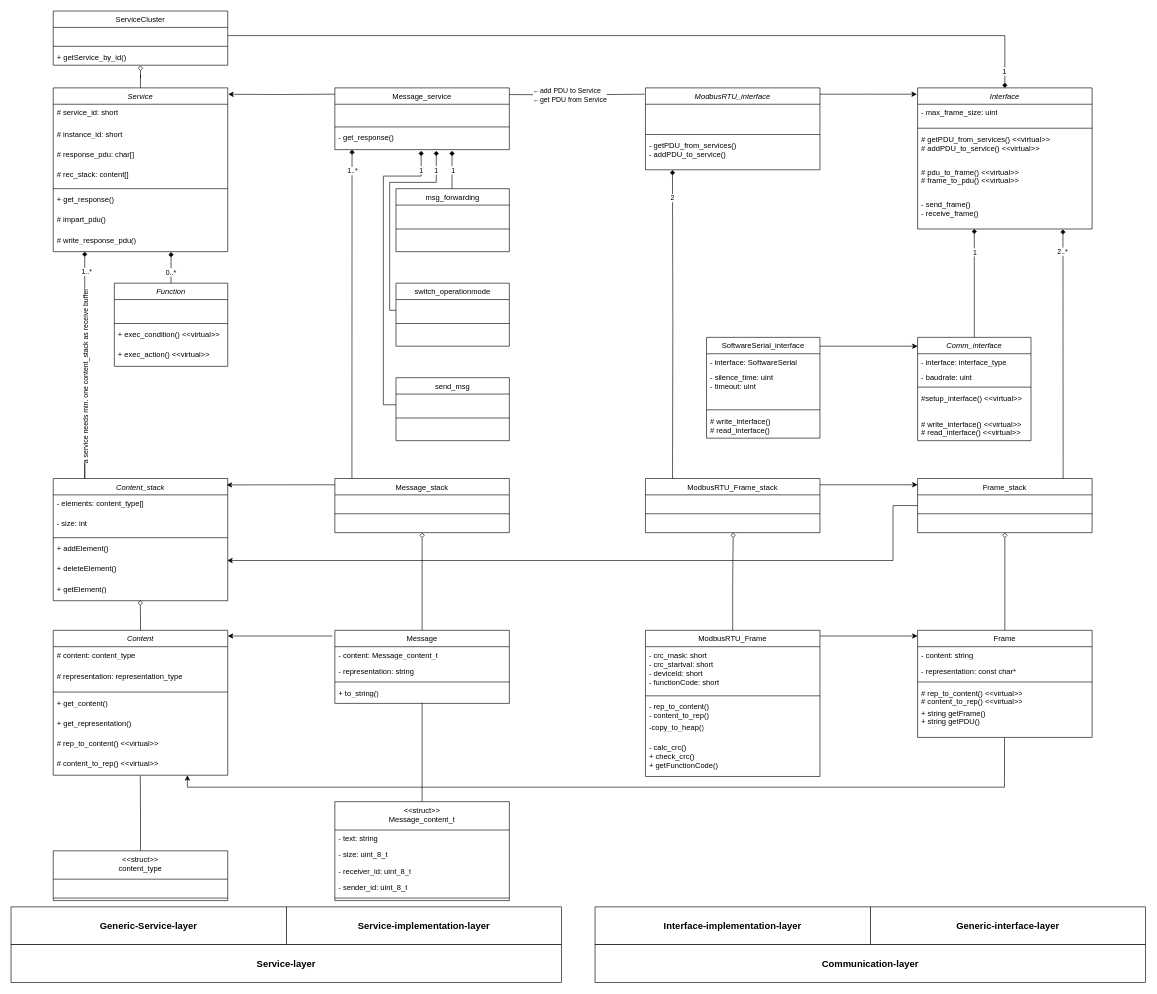
This is modbus_classdiagram.drawio from F-L-X-S/BusBricks, a draw.io file, before an edit. Source tidied: cells renumbered, new cells numbered last; positions are measured from the earlier drawing's top-left corner, leaving out a move shared by most shapes. Both pictures are drawn from the tidied source at 63%, with x=0, y=0 at pixel (11, 11).
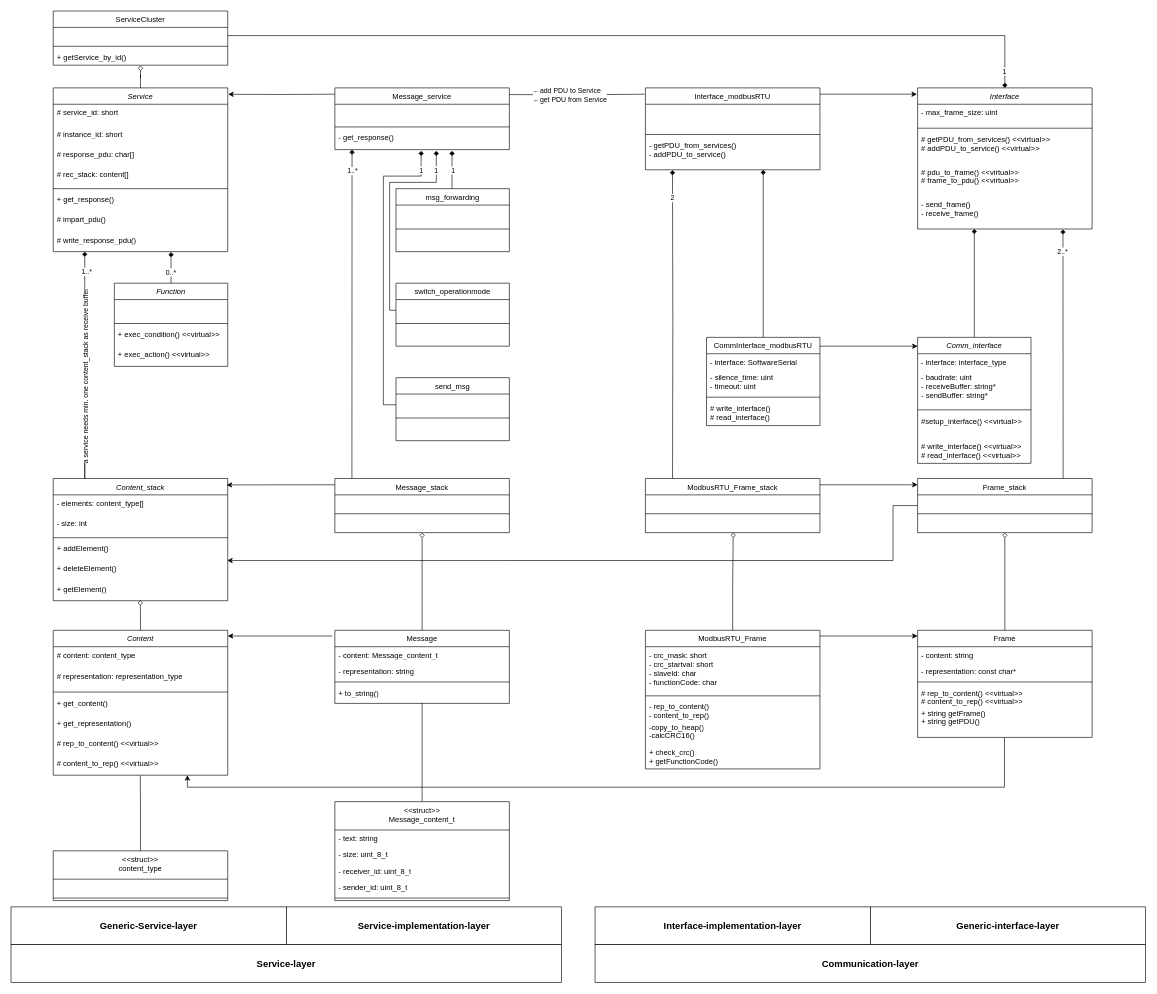
Above is the later version.

Commit message (it also covers changes not shown here):
added CommInterface Class

Unchanged cells that the change refers to:
```xml
<mxCell id="104" value="- getPDU_from_services()&amp;nbsp;&lt;br&gt;- addPDU_to_service()&amp;nbsp;" style="text;strokeColor=none;fillColor=none;align=left;verticalAlign=top;spacingLeft=4;spacingRight=4;overflow=hidden;points=[[0,0.5],[1,0.5]];portConstraint=eastwest;whiteSpace=wrap;html=1;" parent="101" vertex="1">
  <mxGeometry y="78" width="277" height="52" as="geometry" />
</mxCell>
<mxCell id="113" style="edgeStyle=orthogonalEdgeStyle;rounded=0;jettySize=auto;html=1;entryX=0.325;entryY=0.998;entryDx=0;entryDy=0;entryPerimeter=0;endArrow=diamond;endFill=1;" parent="1" edge="1" source="105" target="7">
  <mxGeometry relative="1" as="geometry" />
</mxCell>
```

Diff of the diagram source:
```diff
@@
-    <mxCell id="8" value="&lt;span style=&quot;font-weight: 400;&quot;&gt;SoftwareSerial_interface&lt;/span&gt;" style="swimlane;fontStyle=1;align=center;verticalAlign=top;horizontal=1;startSize=26;whiteSpace=wrap;html=1;" parent="1" vertex="1">
-      <mxGeometry x="1104" y="518" width="180" height="160" as="geometry" />
+    <mxCell id="8" value="&lt;span style=&quot;font-weight: normal;&quot;&gt;CommInterface_modbusRTU&lt;/span&gt;" style="swimlane;fontStyle=1;align=center;verticalAlign=top;horizontal=1;startSize=26;whiteSpace=wrap;html=1;" parent="1" vertex="1">
+      <mxGeometry x="1104" y="518" width="180" height="140" as="geometry" />
     </mxCell>
@@
     <mxCell id="10" value="&lt;div&gt;&lt;span style=&quot;background-color: initial;&quot;&gt;- silence_time: uint&lt;/span&gt;&lt;br&gt;&lt;/div&gt;&lt;div&gt;- timeout: uint&lt;/div&gt;" style="text;strokeColor=none;fillColor=none;align=left;verticalAlign=top;spacingLeft=4;spacingRight=4;overflow=hidden;whiteSpace=wrap;html=1;" parent="8" vertex="1">
-      <mxGeometry y="50" width="180" height="60" as="geometry" />
+      <mxGeometry y="50" width="180" height="40" as="geometry" />
     </mxCell>
     <mxCell id="11" style="line;strokeWidth=1;fillColor=none;align=left;verticalAlign=middle;spacingTop=-1;spacingLeft=3;spacingRight=3;labelPosition=right;strokeColor=inherit;" parent="8" vertex="1">
-      <mxGeometry y="110" width="180" height="10" as="geometry" />
+      <mxGeometry y="90" width="180" height="10" as="geometry" />
     </mxCell>
     <mxCell id="12" value="# write_interface()&lt;div&gt;# read_interface()&amp;nbsp;&lt;br&gt;&lt;/div&gt;" style="text;strokeColor=none;fillColor=none;align=left;verticalAlign=top;spacingLeft=4;spacingRight=4;overflow=hidden;whiteSpace=wrap;html=1;" parent="8" vertex="1">
-      <mxGeometry y="120" width="180" height="40" as="geometry" />
+      <mxGeometry y="100" width="180" height="40" as="geometry" />
     </mxCell>
@@
-    <mxCell id="101" value="&lt;span style=&quot;font-weight: normal;&quot;&gt;&lt;i&gt;ModbusRTU_interface&lt;/i&gt;&lt;/span&gt;" style="swimlane;fontStyle=1;align=center;verticalAlign=top;horizontal=1;startSize=26;whiteSpace=wrap;html=1;" parent="1" vertex="1">
+    <mxCell id="101" value="&lt;span style=&quot;font-weight: normal;&quot;&gt;Interface_modbusRTU&lt;/span&gt;" style="swimlane;fontStyle=1;align=center;verticalAlign=top;horizontal=1;startSize=26;whiteSpace=wrap;html=1;" parent="1" vertex="1">
       <mxGeometry x="1007" y="122" width="277" height="130" as="geometry" />
     </mxCell>
@@
     <mxCell id="105" value="&lt;span style=&quot;font-weight: 400;&quot;&gt;&lt;i&gt;Comm_interface&lt;/i&gt;&lt;/span&gt;" style="swimlane;fontStyle=1;align=center;verticalAlign=top;horizontal=1;startSize=26;whiteSpace=wrap;html=1;" parent="1" vertex="1">
-      <mxGeometry x="1439" y="518" width="180" height="164" as="geometry" />
+      <mxGeometry x="1439" y="518" width="180" height="200" as="geometry" />
     </mxCell>
@@
-    <mxCell id="107" value="&lt;div&gt;&lt;span style=&quot;background-color: initial;&quot;&gt;- baudrate: uint&lt;/span&gt;&lt;br&gt;&lt;/div&gt;" style="text;strokeColor=none;fillColor=none;align=left;verticalAlign=top;spacingLeft=4;spacingRight=4;overflow=hidden;whiteSpace=wrap;html=1;" parent="105" vertex="1">
-      <mxGeometry y="50" width="180" height="24" as="geometry" />
+    <mxCell id="107" value="&lt;div&gt;&lt;span style=&quot;background-color: initial;&quot;&gt;- baudrate: uint&lt;/span&gt;&lt;br&gt;&lt;/div&gt;&lt;div&gt;&lt;div&gt;- receiveBuffer: string*&lt;/div&gt;&lt;div&gt;- sendBuffer: string*&lt;/div&gt;&lt;/div&gt;" style="text;strokeColor=none;fillColor=none;align=left;verticalAlign=top;spacingLeft=4;spacingRight=4;overflow=hidden;whiteSpace=wrap;html=1;" parent="105" vertex="1">
+      <mxGeometry y="50" width="180" height="60" as="geometry" />
     </mxCell>
     <mxCell id="108" style="line;strokeWidth=1;fillColor=none;align=left;verticalAlign=middle;spacingTop=-1;spacingLeft=3;spacingRight=3;labelPosition=right;strokeColor=inherit;" parent="105" vertex="1">
-      <mxGeometry y="74" width="180" height="10" as="geometry" />
+      <mxGeometry y="110" width="180" height="10" as="geometry" />
     </mxCell>
     <mxCell id="109" value="#setup_interface() &amp;lt;&amp;lt;virtual&amp;gt;&amp;gt;" style="text;strokeColor=none;fillColor=none;align=left;verticalAlign=top;spacingLeft=4;spacingRight=4;overflow=hidden;whiteSpace=wrap;html=1;" parent="105" vertex="1">
-      <mxGeometry y="84" width="180" height="40" as="geometry" />
+      <mxGeometry y="120" width="180" height="40" as="geometry" />
     </mxCell>
     <mxCell id="110" value="# write_interface() &amp;lt;&amp;lt;virtual&amp;gt;&amp;gt;&lt;div&gt;# read_interface() &amp;lt;&amp;lt;virtual&amp;gt;&amp;gt;&lt;br&gt;&lt;/div&gt;" style="text;strokeColor=none;fillColor=none;align=left;verticalAlign=top;spacingLeft=4;spacingRight=4;overflow=hidden;whiteSpace=wrap;html=1;" parent="105" vertex="1">
-      <mxGeometry y="124" width="180" height="40" as="geometry" />
+      <mxGeometry y="160" width="180" height="40" as="geometry" />
     </mxCell>
@@
-    <mxCell id="114" value="1" style="edgeLabel;html=1;align=center;verticalAlign=middle;" parent="113" vertex="1">
-      <mxGeometry x="0.36" y="-2" relative="1" as="geometry">
-        <mxPoint x="-2" y="-19" as="offset" />
-      </mxGeometry>
-    </mxCell>
@@
     <mxCell id="139" value="&lt;span style=&quot;font-weight: 400;&quot;&gt;ModbusRTU_Frame&lt;/span&gt;" style="swimlane;fontStyle=1;align=center;verticalAlign=top;horizontal=1;startSize=26;whiteSpace=wrap;html=1;" parent="1" vertex="1">
-      <mxGeometry x="1007" y="983" width="277" height="232" as="geometry" />
+      <mxGeometry x="1007" y="983" width="277" height="220" as="geometry" />
     </mxCell>
-    <mxCell id="140" value="- crc_mask: short&lt;div&gt;- crc_startval: short&lt;/div&gt;&lt;div&gt;- deviceId: short&amp;nbsp;&lt;/div&gt;&lt;div&gt;- functionCode: short&amp;nbsp;&lt;/div&gt;" style="text;strokeColor=none;fillColor=none;align=left;verticalAlign=top;spacingLeft=4;spacingRight=4;overflow=hidden;whiteSpace=wrap;html=1;" parent="139" vertex="1">
+    <mxCell id="140" value="- crc_mask: short&lt;div&gt;- crc_startval: short&lt;/div&gt;&lt;div&gt;- slaveId: char&amp;nbsp;&lt;/div&gt;&lt;div&gt;- functionCode: char&lt;/div&gt;" style="text;strokeColor=none;fillColor=none;align=left;verticalAlign=top;spacingLeft=4;spacingRight=4;overflow=hidden;whiteSpace=wrap;html=1;" parent="139" vertex="1">
       <mxGeometry y="26" width="277" height="74" as="geometry" />
     </mxCell>
@@
-    <mxCell id="143" value="-copy_to_heap()" style="text;strokeColor=none;fillColor=none;align=left;verticalAlign=top;spacingLeft=4;spacingRight=4;overflow=hidden;whiteSpace=wrap;html=1;" parent="139" vertex="1">
-      <mxGeometry y="140" width="277" height="32" as="geometry" />
+    <mxCell id="143" value="-copy_to_heap()&lt;br&gt;-calcCRC16()" style="text;strokeColor=none;fillColor=none;align=left;verticalAlign=top;spacingLeft=4;spacingRight=4;overflow=hidden;whiteSpace=wrap;html=1;" parent="139" vertex="1">
+      <mxGeometry y="140" width="277" height="40" as="geometry" />
     </mxCell>
-    <mxCell id="144" value="- calc_crc()&lt;div&gt;&lt;span style=&quot;background-color: initial;&quot;&gt;+ check_crc()&lt;/span&gt;&lt;/div&gt;&lt;div&gt;&lt;span style=&quot;background-color: initial;&quot;&gt;+ getFunctionCode()&lt;/span&gt;&lt;/div&gt;" style="text;strokeColor=none;fillColor=none;align=left;verticalAlign=top;spacingLeft=4;spacingRight=4;overflow=hidden;whiteSpace=wrap;html=1;" parent="139" vertex="1">
-      <mxGeometry y="172" width="277" height="60" as="geometry" />
+    <mxCell id="144" value="&lt;span style=&quot;background-color: initial;&quot;&gt;+ check_crc()&lt;/span&gt;&lt;br&gt;&lt;div&gt;&lt;span style=&quot;background-color: initial;&quot;&gt;+ getFunctionCode()&lt;/span&gt;&lt;/div&gt;" style="text;strokeColor=none;fillColor=none;align=left;verticalAlign=top;spacingLeft=4;spacingRight=4;overflow=hidden;whiteSpace=wrap;html=1;" parent="139" vertex="1">
+      <mxGeometry y="180" width="277" height="40" as="geometry" />
     </mxCell>
@@
+    <mxCell id="155" style="edgeStyle=orthogonalEdgeStyle;rounded=0;jettySize=auto;html=1;entryX=0.675;entryY=1;entryDx=0;entryDy=0;entryPerimeter=0;endArrow=diamond;endFill=1;" parent="1" edge="1" source="8" target="104">
+      <mxGeometry relative="1" as="geometry" />
+    </mxCell>
```
